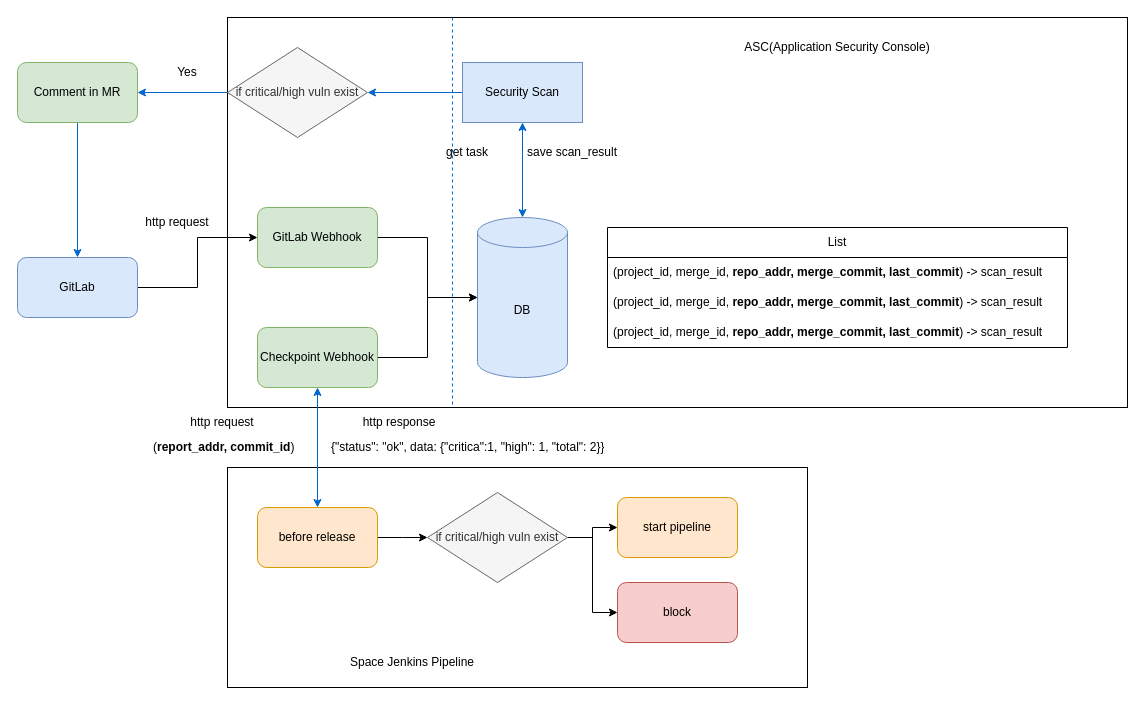
This is check.drawio from bookchi/Linux, a draw.io file, before an edit. Source tidied: cells renumbered, new cells numbered last; positions are measured from the earlier drawing's top-left corner, leaving out a move shared by most shapes. Both pictures are drawn from the tidied source at 100%, with x=0, y=0 at pixel (17, 17).
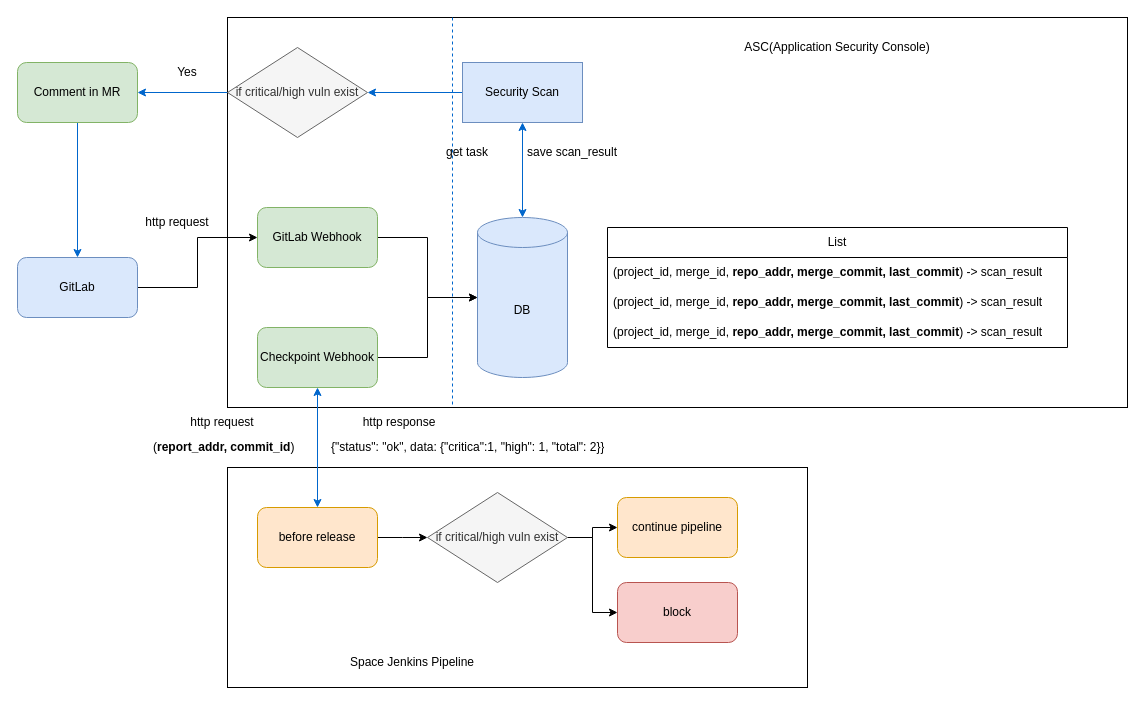
After the change.

The edit, as a diff of the source:
```diff
@@
-    <mxCell id="20" value="start pipeline" style="rounded=1;whiteSpace=wrap;html=1;fillColor=#ffe6cc;strokeColor=#d79b00;" parent="1" vertex="1">
+    <mxCell id="20" value="continue pipeline" style="rounded=1;whiteSpace=wrap;html=1;fillColor=#ffe6cc;strokeColor=#d79b00;" parent="1" vertex="1">
       <mxGeometry x="600" y="480" width="120" height="60" as="geometry" />
     </mxCell>
```
